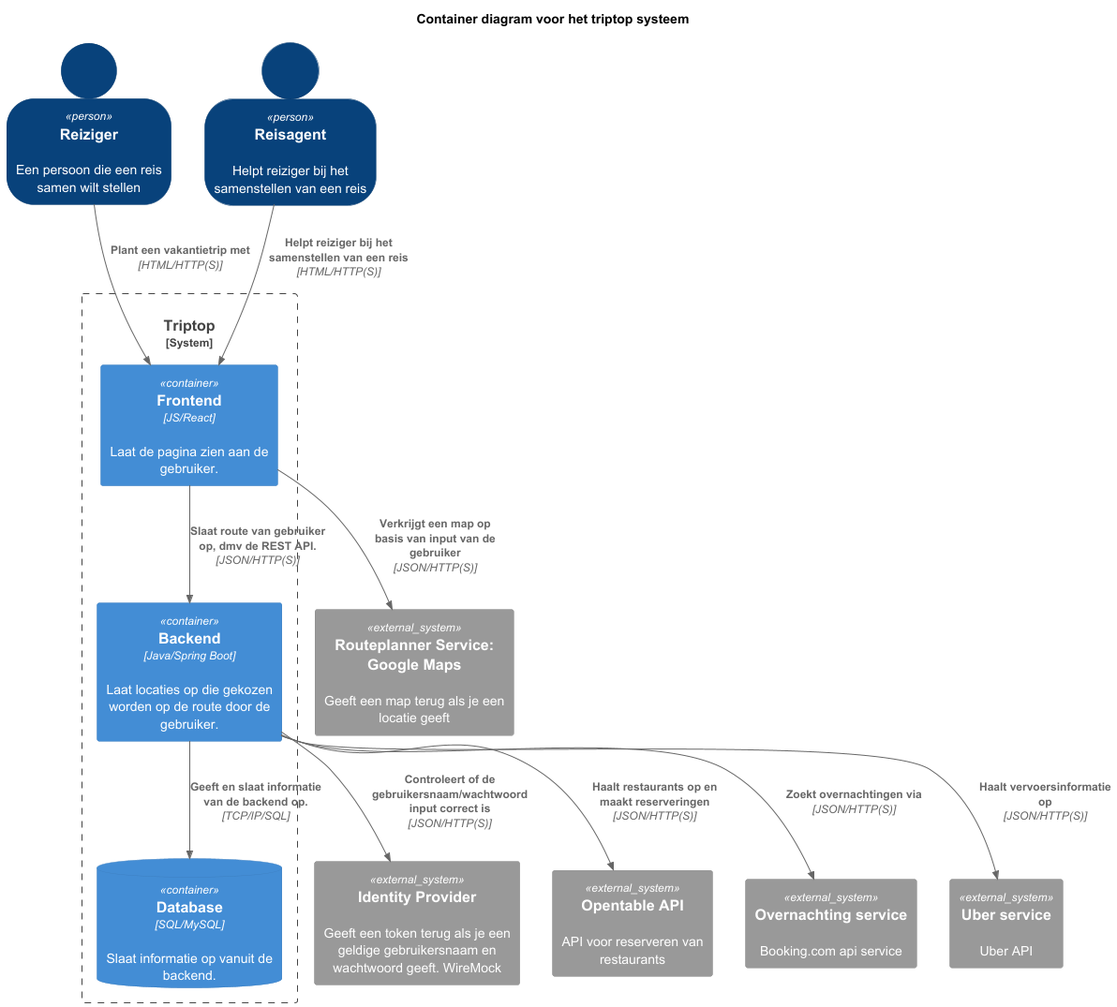
This is opdracht-diagrammen/2Container/C4_Container_Diagram.png from AIM-ENE-feb25/triptop-groep-b5, a PlantUML export, as it was before one commit. The source it was exported from:
```plantuml
@startuml

!include <C4/C4>
!include <C4/C4_Context>
!include <C4/C4_Container>

SHOW_PERSON_OUTLINE()

AddRelTag("sync/async", $textColor=$ARROW_FONT_COLOR, $lineColor=$ARROW_COLOR, $lineStyle=DottedLine())

title Container diagram voor het triptop systeem

Person(reiziger, Reiziger, "Een persoon die een reis samen wilt stellen")
Person(reisagent, Reisagent, "Helpt reiziger bij het samenstellen van een reis")

System_Ext(wiremock, "Identity Provider", "Geeft een token terug als je een geldige gebruikersnaam en wachtwoord geeft. WireMock")
System_Ext(routeplanner, "Routeplanner Service: Google Maps", "Geeft een map terug als je een locatie geeft")
System_Ext(opentable, "Opentable API", "API voor reserveren van restaurants")
System_Ext(overnachting, "Overnachting service", "Booking.com api service")
System_Ext(uber, "Uber service", "Uber API")

System_Boundary("key_boundary", "Triptop", $tags="") {
    Container(frontend, "Frontend", $techn="JS/React", $descr="Laat de pagina zien aan de gebruiker.", $tags="", $link="")
    Container(backend, "Backend", $techn="Java/Spring Boot", $descr="Laat locaties op die gekozen worden op de route door de gebruiker.", $tags="", $link="")
    ContainerDb(db, "Database", $techn="SQL/MySQL", $descr="Slaat informatie op vanuit de backend.", $tags="", $link="")
    Rel(reiziger, frontend, "Plant een vakantietrip met", $techn="HTML/HTTP(S)", $tags="", $link="")
    Rel(reisagent, frontend, "Helpt reiziger bij het samenstellen van een reis", $techn="HTML/HTTP(S)", $tags="", $link="")
    Rel(frontend, backend, "Slaat route van gebruiker op, dmv de REST API.", $techn="JSON/HTTP(S)", $tags="", $link="")
    Rel(backend, db, "Geeft en slaat informatie van de backend op.", $techn="TCP/IP/SQL", $tags="", $link="")
    Rel(backend, wiremock, "Controleert of de gebruikersnaam/wachtwoord input correct is", $techn="JSON/HTTP(S)", $tags="", $link="")
    Rel(backend, opentable, "Haalt restaurants op en maakt reserveringen", $techn="JSON/HTTP(S)", $tags="", $link="")
    Rel(backend, overnachting, "Zoekt overnachtingen via", $techn="JSON/HTTP(S)", $tags="", $link="")
    Rel(backend, uber, "Haalt vervoersinformatie op", $techn="JSON/HTTP(S)", $tags="", $link="")
    Rel(frontend, routeplanner, "Verkrijgt een map op basis van input van de gebruiker", $techn="JSON/HTTP(S)", $tags="", $link="")
 }

@enduml
```
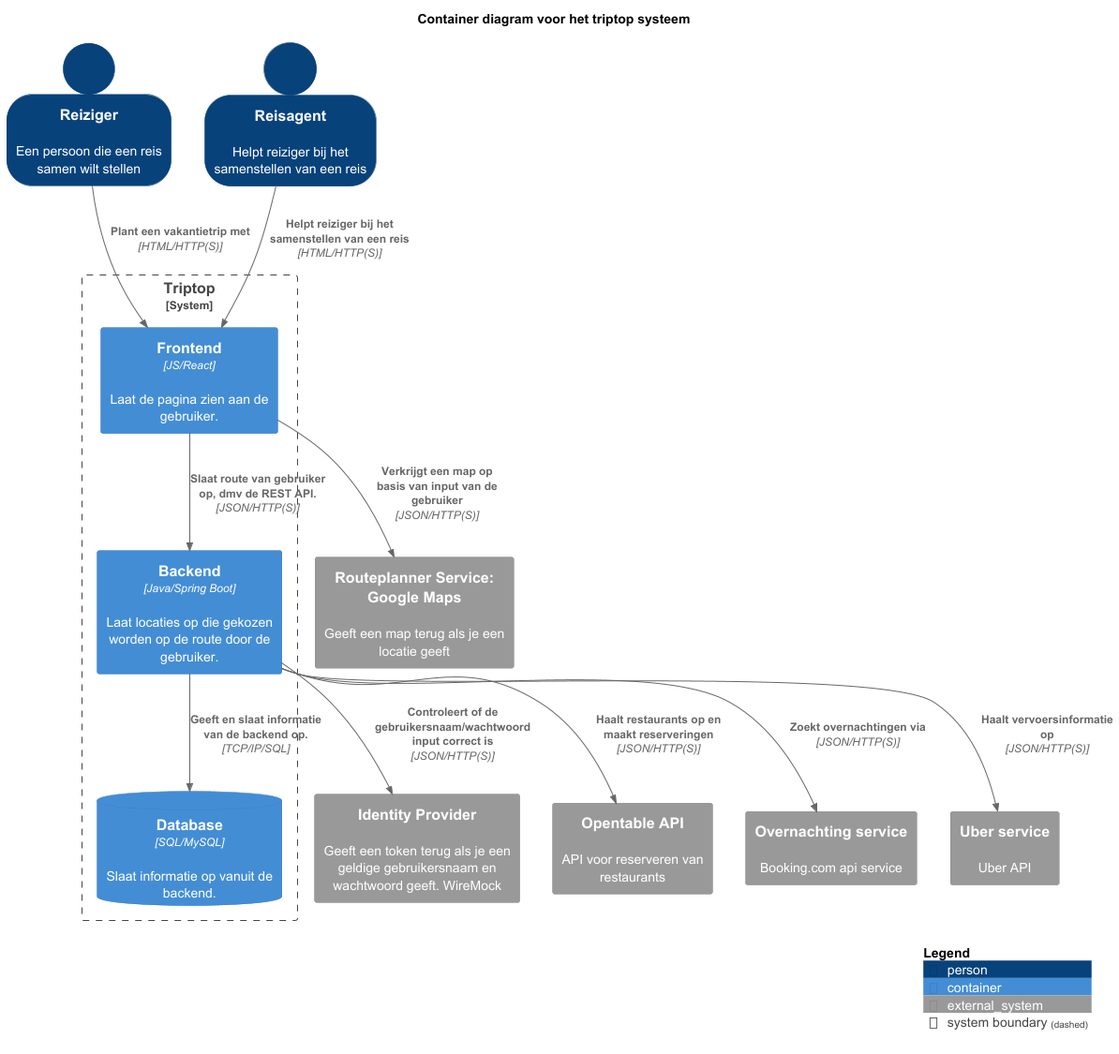
After the change.

What changed in the source:
```diff
@@ -34,4 +34,6 @@
     Rel(frontend, routeplanner, "Verkrijgt een map op basis van input van de gebruiker", $techn="JSON/HTTP(S)", $tags="", $link="")
  }
 
+SHOW_LEGEND()
+
 @enduml
```
